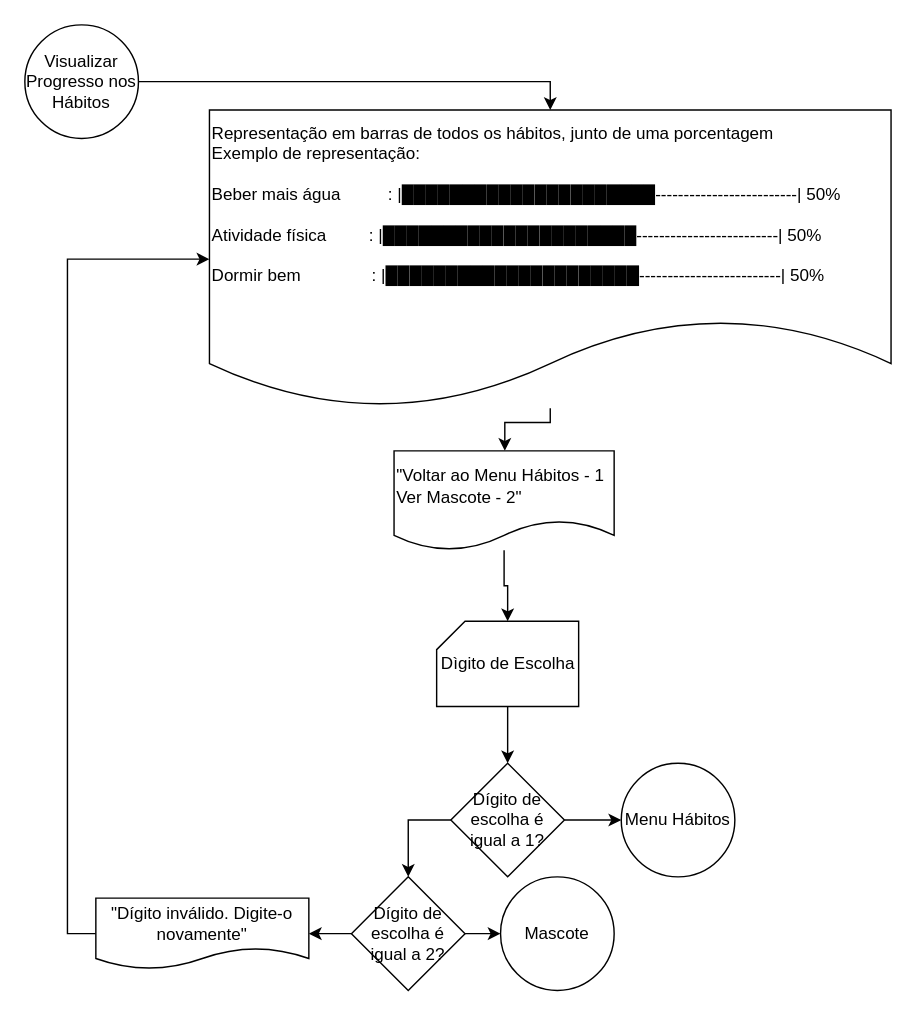
This is Fluxogramas_MUTARE_PISI1/Arquivos .drawio/Visualizar Progresso no Hábito.drawio from pedroailton/mutare-project, a draw.io file, before an edit. Source tidied: cells renumbered, new cells numbered last; positions are measured from the earlier drawing's top-left corner, leaving out a move shared by most shapes. Both pictures are drawn from the tidied source at 142%, with x=0, y=0 at pixel (24, 24).
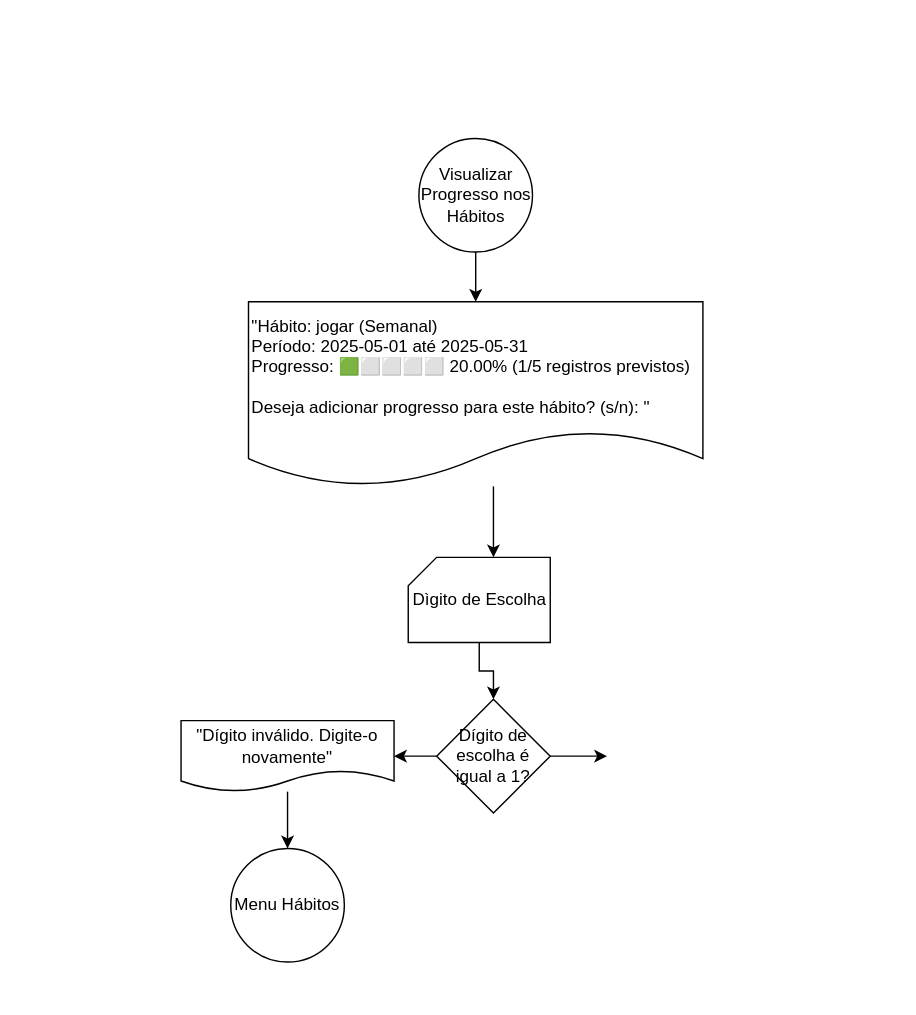
The same page after the edit.

Commit message (it also covers changes not shown here):
FLuxograma ajuste

Change to the diagram source:
```diff
@@
-    <mxCell id="2" style="edgeStyle=orthogonalEdgeStyle;rounded=0;jettySize=auto;html=1;exitX=1;exitY=0.5;exitDx=0;exitDy=0;entryX=0.5;entryY=0;entryDx=0;entryDy=0;" parent="1" edge="1" source="3" target="5">
+    <mxCell id="2" style="edgeStyle=orthogonalEdgeStyle;rounded=0;jettySize=auto;html=1;exitX=0.5;exitY=1;exitDx=0;exitDy=0;entryX=0.5;entryY=0;entryDx=0;entryDy=0;" parent="1" edge="1" source="3" target="5">
       <mxGeometry relative="1" as="geometry" />
     </mxCell>
     <mxCell id="3" value="&lt;font style=&quot;font-size: 12px;&quot;&gt;Visualizar Progresso nos Hábitos&lt;/font&gt;" style="ellipse;whiteSpace=wrap;html=1;" parent="1" vertex="1">
-      <mxGeometry width="80" height="80" as="geometry" />
+      <mxGeometry x="277.5" y="80" width="80" height="80" as="geometry" />
     </mxCell>
-    <mxCell id="4" style="edgeStyle=orthogonalEdgeStyle;rounded=0;jettySize=auto;html=1;" parent="1" edge="1" source="5" target="7">
+    <mxCell id="4" style="edgeStyle=orthogonalEdgeStyle;rounded=0;jettySize=auto;html=1;entryX=0;entryY=0;entryDx=60;entryDy=0;entryPerimeter=0;" parent="1" edge="1" source="5" target="12">
       <mxGeometry relative="1" as="geometry">
         <Array as="points">
-          <mxPoint x="370" y="280" />
-          <mxPoint x="338" y="280" />
+          <mxPoint x="330" y="345" />
+          <mxPoint x="330" y="345" />
         </Array>
       </mxGeometry>
     </mxCell>
-    <mxCell id="5" value="&lt;div&gt;Representação em barras de todos os hábitos, junto de uma porcentagem&lt;/div&gt;&lt;div&gt;Exemplo de representação:&amp;nbsp;&lt;/div&gt;&lt;div&gt;&lt;br&gt;&lt;/div&gt;&lt;div&gt;&lt;span style=&quot;background-color: transparent;&quot;&gt;Beber mais água&amp;nbsp; &amp;nbsp; &amp;nbsp; &amp;nbsp; &amp;nbsp; : |█████████████████████-------------------------| 50%&lt;/span&gt;&lt;/div&gt;&lt;div&gt;&lt;br&gt;&lt;/div&gt;&lt;div&gt;Atividade física&amp;nbsp; &amp;nbsp; &amp;nbsp; &amp;nbsp; &amp;nbsp;: |█████████████████████-------------------------| 50%&lt;/div&gt;&lt;div&gt;&lt;br&gt;&lt;/div&gt;&lt;div&gt;Dormir bem&amp;nbsp; &amp;nbsp; &amp;nbsp; &amp;nbsp; &amp;nbsp; &amp;nbsp; &amp;nbsp; &amp;nbsp;: |█████████████████████-------------------------| 50%&lt;/div&gt;&lt;div&gt;&lt;br&gt;&lt;/div&gt;" style="shape=document;whiteSpace=wrap;html=1;boundedLbl=1;align=left;" parent="1" vertex="1">
-      <mxGeometry x="130" y="60" width="480" height="210" as="geometry" />
+    <mxCell id="5" value="&lt;div&gt;&lt;div&gt;&quot;Hábito: jogar (Semanal)&lt;/div&gt;&lt;div&gt;Período: 2025-05-01 até 2025-05-31&lt;/div&gt;&lt;div&gt;Progresso: 🟩⬜⬜⬜⬜ 20.00% (1/5 registros previstos)&lt;/div&gt;&lt;div&gt;&lt;br&gt;&lt;/div&gt;&lt;div&gt;Deseja adicionar progresso para este hábito? (s/n): &quot;&lt;/div&gt;&lt;/div&gt;" style="shape=document;whiteSpace=wrap;html=1;boundedLbl=1;align=left;" parent="1" vertex="1">
+      <mxGeometry x="157.5" y="195" width="320" height="130" as="geometry" />
     </mxCell>
-    <mxCell id="6" style="edgeStyle=orthogonalEdgeStyle;rounded=0;jettySize=auto;html=1;" parent="1" edge="1" source="7" target="12">
-      <mxGeometry relative="1" as="geometry" />
-    </mxCell>
-    <mxCell id="7" value="&lt;div&gt;&quot;Voltar ao Menu Hábitos - 1&lt;/div&gt;&lt;div&gt;Ver Mascote - 2&quot;&lt;/div&gt;" style="shape=document;whiteSpace=wrap;html=1;boundedLbl=1;align=left;" parent="1" vertex="1">
-      <mxGeometry x="260" y="300" width="155" height="70" as="geometry" />
-    </mxCell>
-    <mxCell id="8" style="edgeStyle=orthogonalEdgeStyle;rounded=0;jettySize=auto;html=1;exitX=0;exitY=0.5;exitDx=0;exitDy=0;entryX=0.5;entryY=0;entryDx=0;entryDy=0;" parent="1" edge="1" source="10" target="16">
+    <mxCell id="8" style="edgeStyle=orthogonalEdgeStyle;rounded=0;jettySize=auto;html=1;exitX=0;exitY=0.5;exitDx=0;exitDy=0;entryX=1;entryY=0.5;entryDx=0;entryDy=0;" parent="1" edge="1" source="10" target="18">
       <mxGeometry relative="1" as="geometry" />
     </mxCell>
-    <mxCell id="9" style="edgeStyle=orthogonalEdgeStyle;rounded=0;jettySize=auto;html=1;" parent="1" edge="1" source="10" target="19">
-      <mxGeometry relative="1" as="geometry" />
+    <mxCell id="9" style="edgeStyle=orthogonalEdgeStyle;rounded=0;jettySize=auto;html=1;" parent="1" edge="1" source="10">
+      <mxGeometry relative="1" as="geometry">
+        <mxPoint x="410" y="515" as="targetPoint" />
+      </mxGeometry>
     </mxCell>
     <mxCell id="10" value="Dígito de escolha é igual a 1?" style="rhombus;whiteSpace=wrap;html=1;" parent="1" vertex="1">
-      <mxGeometry x="300" y="520" width="80" height="80" as="geometry" />
+      <mxGeometry x="290" y="475" width="80" height="80" as="geometry" />
     </mxCell>
@@
+    <mxCell id="21" style="edgeStyle=orthogonalEdgeStyle;rounded=0;jettySize=auto;html=1;" parent="1" edge="1" source="18" target="19">
+      <mxGeometry relative="1" as="geometry" />
+    </mxCell>
+    <mxCell id="18" value="&lt;div&gt;&quot;Dígito inválido. Digite-o novamente&lt;span style=&quot;background-color: transparent; color: light-dark(rgb(0, 0, 0), rgb(255, 255, 255));&quot;&gt;&quot;&lt;/span&gt;&lt;/div&gt;" style="shape=document;whiteSpace=wrap;html=1;boundedLbl=1;" parent="1" vertex="1">
+      <mxGeometry x="110" y="490" width="150" height="50" as="geometry" />
+    </mxCell>
+    <mxCell id="22" style="group;" parent="1" vertex="1">
+      <mxGeometry x="260" y="375" width="120" height="60" as="geometry" />
+    </mxCell>
-    <mxCell id="12" style="verticalLabelPosition=bottom;verticalAlign=top;html=1;shape=card;whiteSpace=wrap;size=20;arcSize=12;" parent="1" vertex="1">
-      <mxGeometry x="290" y="420" width="100" height="60" as="geometry" />
+    <mxCell id="12" style="verticalLabelPosition=bottom;verticalAlign=top;html=1;shape=card;whiteSpace=wrap;size=20;arcSize=12;" parent="22" vertex="1">
+      <mxGeometry x="10" width="100" height="60" as="geometry" />
     </mxCell>
-    <mxCell id="13" value="Dìgito de Escolha" style="text;html=1;align=center;verticalAlign=middle;strokeColor=none;fillColor=none;" parent="1" vertex="1">
-      <mxGeometry x="280" y="435" width="120" height="30" as="geometry" />
+    <mxCell id="13" value="Dìgito de Escolha" style="text;html=1;align=center;verticalAlign=middle;strokeColor=none;fillColor=none;" parent="22" vertex="1">
+      <mxGeometry y="15" width="120" height="30" as="geometry" />
     </mxCell>
-    <mxCell id="14" style="edgeStyle=orthogonalEdgeStyle;rounded=0;jettySize=auto;html=1;exitX=0;exitY=0.5;exitDx=0;exitDy=0;entryX=1;entryY=0.5;entryDx=0;entryDy=0;" parent="1" edge="1" source="16" target="18">
-      <mxGeometry relative="1" as="geometry" />
-    </mxCell>
-    <mxCell id="15" style="edgeStyle=orthogonalEdgeStyle;rounded=0;jettySize=auto;html=1;" parent="1" edge="1" source="16" target="20">
-      <mxGeometry relative="1" as="geometry" />
-    </mxCell>
-    <mxCell id="16" value="Dígito de escolha é igual a 2?" style="rhombus;whiteSpace=wrap;html=1;" parent="1" vertex="1">
-      <mxGeometry x="230" y="600" width="80" height="80" as="geometry" />
-    </mxCell>
-    <mxCell id="17" style="edgeStyle=orthogonalEdgeStyle;rounded=0;jettySize=auto;html=1;exitX=0;exitY=0.5;exitDx=0;exitDy=0;entryX=0;entryY=0.5;entryDx=0;entryDy=0;" parent="1" edge="1" source="18" target="5">
-      <mxGeometry relative="1" as="geometry" />
-    </mxCell>
-    <mxCell id="18" value="&lt;div&gt;&quot;Dígito inválido. Digite-o novamente&lt;span style=&quot;background-color: transparent; color: light-dark(rgb(0, 0, 0), rgb(255, 255, 255));&quot;&gt;&quot;&lt;/span&gt;&lt;/div&gt;" style="shape=document;whiteSpace=wrap;html=1;boundedLbl=1;" parent="1" vertex="1">
-      <mxGeometry x="50" y="615" width="150" height="50" as="geometry" />
-    </mxCell>
     <mxCell id="19" value="Menu Hábitos" style="ellipse;whiteSpace=wrap;html=1;" parent="1" vertex="1">
-      <mxGeometry x="420" y="520" width="80" height="80" as="geometry" />
+      <mxGeometry x="145" y="580" width="80" height="80" as="geometry" />
     </mxCell>
-    <mxCell id="20" value="Mascote" style="ellipse;whiteSpace=wrap;html=1;" parent="1" vertex="1">
-      <mxGeometry x="335" y="600" width="80" height="80" as="geometry" />
-    </mxCell>
```
